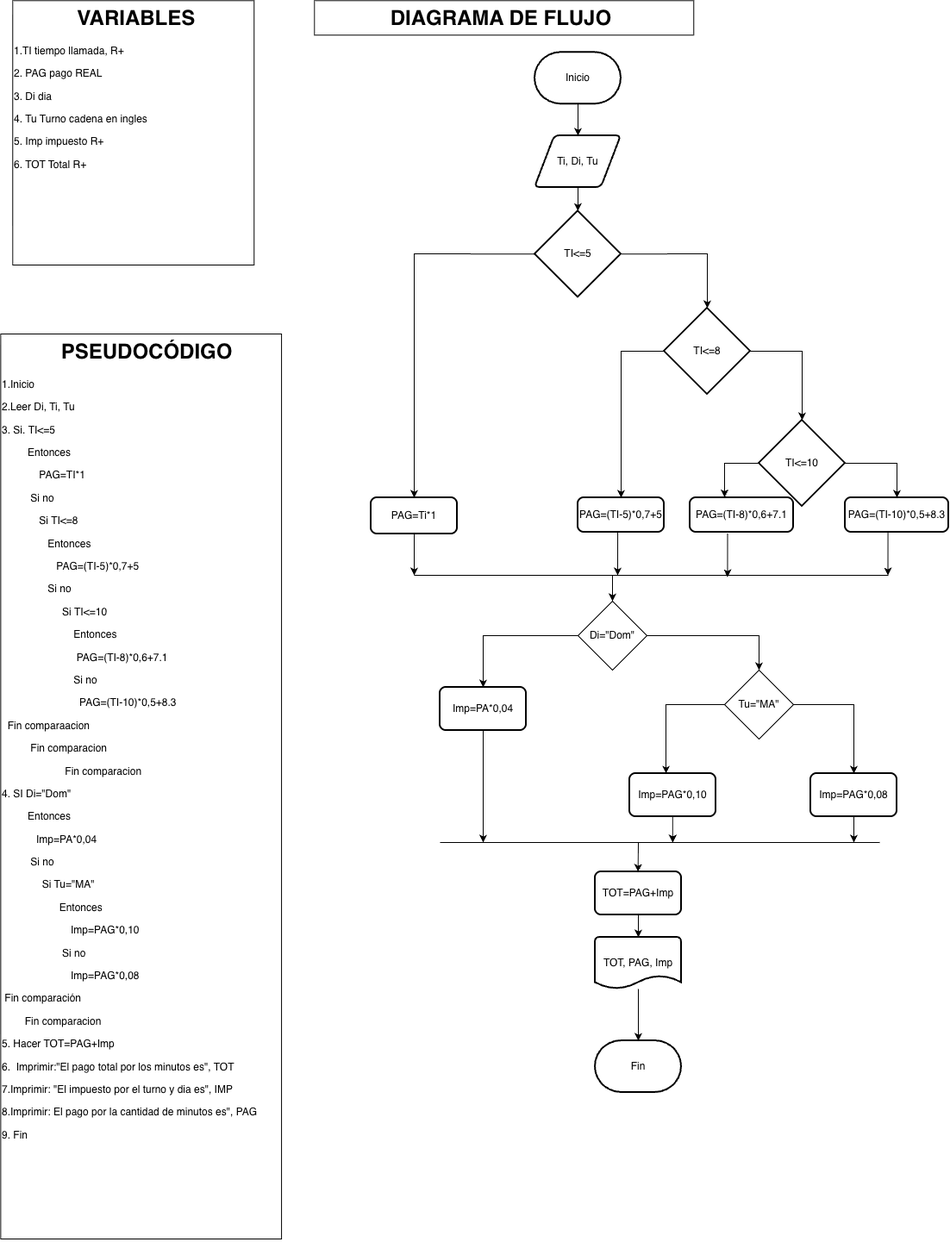
Before: Estructuras Selectivas/Ticket individualcalificado_02_JoseIgnaciodrawio.png, a diagram exported from draw.io (josecontrerasu-bit/jicu). Source tidied: cells renumbered, new cells last; positions are measured from the earlier drawing's top-left corner, leaving out a move shared by most shapes.
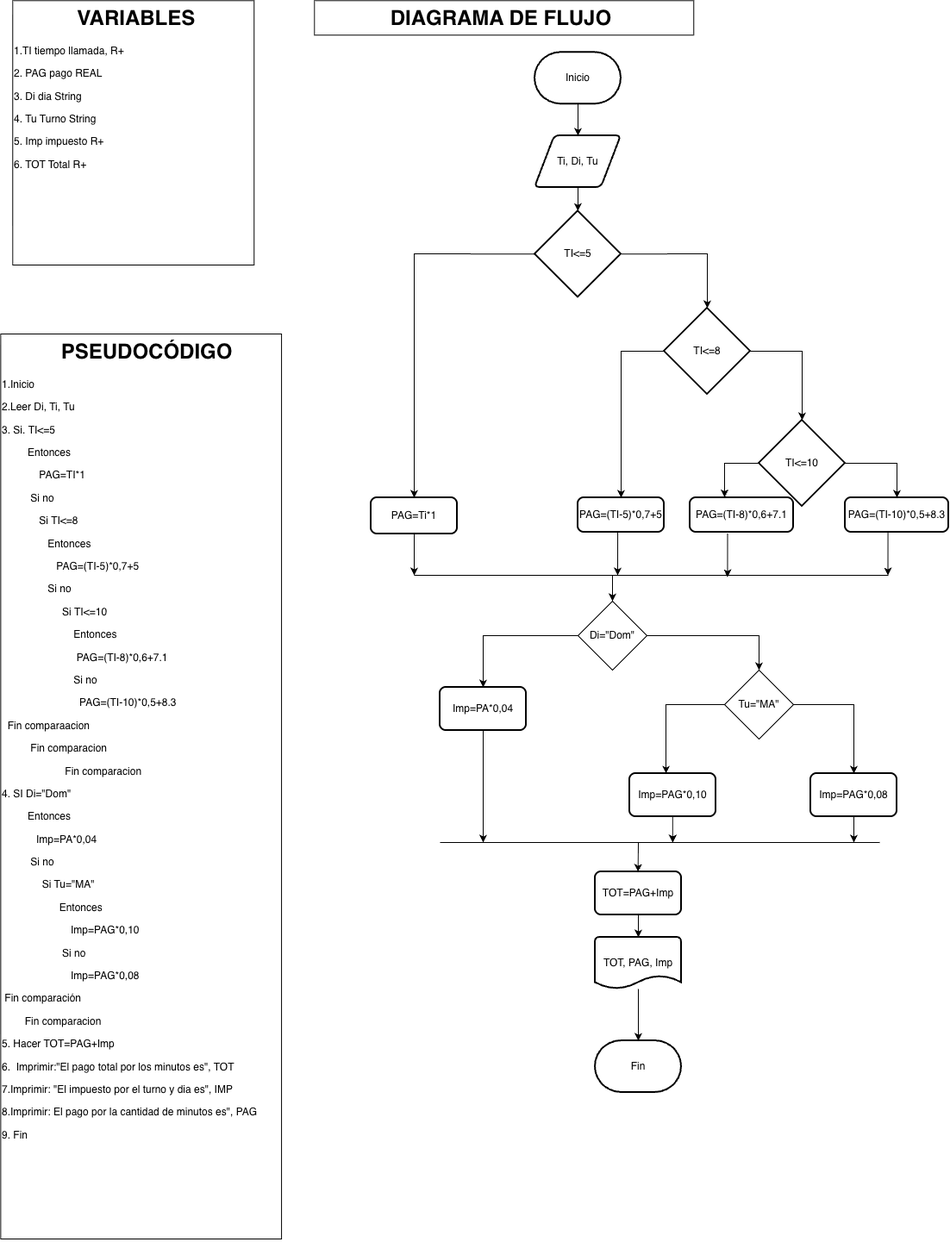
The same file after the commit.

Change to the diagram source:
```diff
@@ -5,7 +5,7 @@
     <mxCell id="2" value="&lt;h1 style=&quot;text-align: center; margin-top: 0px;&quot;&gt;&amp;nbsp; &amp;nbsp; &amp;nbsp; PSEUDOCÓDIGO&lt;/h1&gt;&lt;p&gt;1.Inicio&lt;/p&gt;&lt;p&gt;&lt;span style=&quot;background-color: transparent; color: light-dark(rgb(0, 0, 0), rgb(255, 255, 255));&quot;&gt;2.Leer Di, Ti, Tu&lt;/span&gt;&lt;/p&gt;&lt;p&gt;3. Si.&amp;nbsp;&lt;span style=&quot;text-align: center; background-color: transparent; color: light-dark(rgb(0, 0, 0), rgb(255, 255, 255));&quot;&gt;TI&amp;lt;=5&lt;/span&gt;&lt;/p&gt;&lt;p&gt;&amp;nbsp; &amp;nbsp; &amp;nbsp; &amp;nbsp; &amp;nbsp;E&lt;span style=&quot;background-color: transparent; color: light-dark(rgb(0, 0, 0), rgb(255, 255, 255));&quot;&gt;ntonces&lt;/span&gt;&lt;/p&gt;&lt;p&gt;&amp;nbsp; &amp;nbsp; &amp;nbsp; &amp;nbsp; &amp;nbsp; &amp;nbsp; &amp;nbsp;PAG=TI*1&lt;/p&gt;&lt;p&gt;&amp;nbsp; &amp;nbsp; &amp;nbsp; &amp;nbsp; &amp;nbsp; Si no&lt;/p&gt;&lt;p&gt;&amp;nbsp; &amp;nbsp; &amp;nbsp; &amp;nbsp; &amp;nbsp; &amp;nbsp; &amp;nbsp;Si TI&amp;lt;=8&lt;/p&gt;&lt;p&gt;&lt;span style=&quot;background-color: transparent; color: light-dark(rgb(0, 0, 0), rgb(255, 255, 255));&quot;&gt;&amp;nbsp; &amp;nbsp; &amp;nbsp; &amp;nbsp; &amp;nbsp; &amp;nbsp; &amp;nbsp; &amp;nbsp; Entonces&lt;/span&gt;&lt;/p&gt;&lt;p&gt;&lt;span style=&quot;background-color: transparent; color: light-dark(rgb(0, 0, 0), rgb(255, 255, 255));&quot;&gt;&amp;nbsp; &amp;nbsp; &amp;nbsp; &amp;nbsp; &amp;nbsp; &amp;nbsp; &amp;nbsp; &amp;nbsp; &amp;nbsp; &amp;nbsp;&lt;/span&gt;&lt;span style=&quot;text-align: center; background-color: transparent; color: light-dark(rgb(0, 0, 0), rgb(255, 255, 255));&quot;&gt;PAG=(TI-5)*0,7+5&lt;/span&gt;&lt;/p&gt;&lt;p&gt;&amp;nbsp; &amp;nbsp; &amp;nbsp; &amp;nbsp; &amp;nbsp; &amp;nbsp; &amp;nbsp; &amp;nbsp; Si no&lt;/p&gt;&lt;p&gt;&amp;nbsp; &amp;nbsp; &amp;nbsp; &amp;nbsp; &amp;nbsp; &amp;nbsp; &amp;nbsp; &amp;nbsp; &amp;nbsp; &amp;nbsp; &amp;nbsp;Si&amp;nbsp;&lt;span style=&quot;text-align: center; background-color: transparent; color: light-dark(rgb(0, 0, 0), rgb(255, 255, 255));&quot;&gt;TI&amp;lt;=10&lt;/span&gt;&lt;/p&gt;&lt;p&gt;&lt;span style=&quot;background-color: transparent; color: light-dark(rgb(0, 0, 0), rgb(255, 255, 255));&quot;&gt;&amp;nbsp; &amp;nbsp; &amp;nbsp; &amp;nbsp; &amp;nbsp; &amp;nbsp; &amp;nbsp; &amp;nbsp; &amp;nbsp; &amp;nbsp; &amp;nbsp; &amp;nbsp; &amp;nbsp;Entonces&lt;/span&gt;&lt;/p&gt;&lt;p&gt;&lt;span style=&quot;background-color: transparent; color: light-dark(rgb(0, 0, 0), rgb(255, 255, 255));&quot;&gt;&amp;nbsp; &amp;nbsp; &amp;nbsp; &amp;nbsp; &amp;nbsp; &amp;nbsp; &amp;nbsp; &amp;nbsp; &amp;nbsp; &amp;nbsp; &amp;nbsp; &amp;nbsp; &amp;nbsp;&amp;nbsp;&lt;/span&gt;&lt;span style=&quot;text-align: center; background-color: transparent; color: light-dark(rgb(0, 0, 0), rgb(255, 255, 255));&quot;&gt;PAG=(TI-8)*0,6+7.1&lt;/span&gt;&lt;/p&gt;&lt;p&gt;&lt;span style=&quot;background-color: transparent; color: light-dark(rgb(0, 0, 0), rgb(255, 255, 255));&quot;&gt;&amp;nbsp; &amp;nbsp; &amp;nbsp; &amp;nbsp; &amp;nbsp; &amp;nbsp; &amp;nbsp; &amp;nbsp; &amp;nbsp; &amp;nbsp; &amp;nbsp; &amp;nbsp; &amp;nbsp;Si no&lt;/span&gt;&lt;/p&gt;&lt;p&gt;&lt;span style=&quot;background-color: transparent; color: light-dark(rgb(0, 0, 0), rgb(255, 255, 255));&quot;&gt;&amp;nbsp; &amp;nbsp; &amp;nbsp; &amp;nbsp; &amp;nbsp; &amp;nbsp; &amp;nbsp; &amp;nbsp; &amp;nbsp; &amp;nbsp; &amp;nbsp; &amp;nbsp; &amp;nbsp; &amp;nbsp;&lt;/span&gt;&lt;span style=&quot;text-align: center; background-color: transparent; color: light-dark(rgb(0, 0, 0), rgb(255, 255, 255));&quot;&gt;PAG=(TI-10)*0,5+8.3&lt;/span&gt;&lt;/p&gt;&lt;p&gt;&lt;span style=&quot;background-color: transparent; color: light-dark(rgb(0, 0, 0), rgb(255, 255, 255));&quot;&gt;&amp;nbsp; Fin comparaacion&lt;/span&gt;&lt;/p&gt;&lt;p&gt;&lt;span style=&quot;background-color: transparent; color: light-dark(rgb(0, 0, 0), rgb(255, 255, 255));&quot;&gt;&amp;nbsp; &amp;nbsp; &amp;nbsp; &amp;nbsp; &amp;nbsp; Fin comparacion&lt;/span&gt;&lt;/p&gt;&lt;p&gt;&lt;span style=&quot;background-color: transparent; color: light-dark(rgb(0, 0, 0), rgb(255, 255, 255));&quot;&gt;&amp;nbsp; &amp;nbsp; &amp;nbsp; &amp;nbsp; &amp;nbsp; &amp;nbsp; &amp;nbsp; &amp;nbsp; &amp;nbsp; &amp;nbsp; &amp;nbsp; Fin comparacion&lt;/span&gt;&lt;/p&gt;&lt;p&gt;4. SI Di=&quot;Dom&quot;&lt;/p&gt;&lt;p&gt;&amp;nbsp; &amp;nbsp; &amp;nbsp; &amp;nbsp; &amp;nbsp;Entonces&lt;/p&gt;&lt;p&gt;&amp;nbsp; &amp;nbsp; &amp;nbsp; &amp;nbsp; &amp;nbsp; &amp;nbsp;&amp;nbsp;&lt;span style=&quot;text-align: center; background-color: transparent; color: light-dark(rgb(0, 0, 0), rgb(255, 255, 255));&quot;&gt;Imp=PA*0,04&lt;/span&gt;&lt;/p&gt;&lt;p&gt;&lt;span style=&quot;background-color: transparent; color: light-dark(rgb(0, 0, 0), rgb(255, 255, 255));&quot;&gt;&amp;nbsp; &amp;nbsp; &amp;nbsp; &amp;nbsp; &amp;nbsp; Si no&lt;/span&gt;&lt;/p&gt;&lt;p&gt;&amp;nbsp; &amp;nbsp; &amp;nbsp; &amp;nbsp; &amp;nbsp; &amp;nbsp; &amp;nbsp; Si Tu=&quot;MA&quot;&lt;/p&gt;&lt;p&gt;&amp;nbsp; &amp;nbsp; &amp;nbsp; &amp;nbsp; &amp;nbsp; &amp;nbsp; &amp;nbsp; &amp;nbsp; &amp;nbsp; &amp;nbsp; Entonces&lt;/p&gt;&lt;p&gt;&amp;nbsp; &amp;nbsp; &amp;nbsp; &amp;nbsp; &amp;nbsp; &amp;nbsp; &amp;nbsp; &amp;nbsp; &amp;nbsp; &amp;nbsp; &amp;nbsp; &amp;nbsp; Imp=PAG*0,10&lt;/p&gt;&lt;p&gt;&amp;nbsp; &amp;nbsp; &amp;nbsp; &amp;nbsp; &amp;nbsp; &amp;nbsp; &amp;nbsp; &amp;nbsp; &amp;nbsp; &amp;nbsp; &amp;nbsp;Si no&amp;nbsp;&lt;/p&gt;&lt;p&gt;&amp;nbsp; &amp;nbsp; &amp;nbsp; &amp;nbsp; &amp;nbsp; &amp;nbsp; &amp;nbsp; &amp;nbsp; &amp;nbsp; &amp;nbsp; &amp;nbsp; &amp;nbsp; Imp=PAG*0,08&lt;/p&gt;&lt;p&gt;&amp;nbsp;Fin comparación&amp;nbsp;&lt;/p&gt;&lt;p&gt;&amp;nbsp; &amp;nbsp; &amp;nbsp; &amp;nbsp; Fin comparacion&lt;/p&gt;&lt;p&gt;5. Hacer TOT=PAG+Imp&lt;/p&gt;&lt;p&gt;6.&amp;nbsp; Imprimir:&quot;El pago total por los minutos es&quot;, TOT&lt;/p&gt;&lt;p&gt;7.Imprimir: &quot;El impuesto por el turno y dia es&quot;, IMP&lt;/p&gt;&lt;p&gt;8.Imprimir: El pago por la cantidad de minutos es&quot;, PAG&lt;/p&gt;&lt;p&gt;&lt;span style=&quot;background-color: transparent; color: light-dark(rgb(0, 0, 0), rgb(255, 255, 255));&quot;&gt;9. Fin&lt;/span&gt;&lt;/p&gt;&lt;p&gt;&lt;br&gt;&lt;/p&gt;" style="text;html=1;whiteSpace=wrap;overflow=hidden;rounded=0;perimeterSpacing=1;strokeColor=default;" parent="1" vertex="1">
       <mxGeometry x="0.3" y="387" width="325.7" height="1050" as="geometry" />
     </mxCell>
-    <mxCell id="3" value="&lt;h1 style=&quot;text-align: center; margin-top: 0px;&quot;&gt;&amp;nbsp; &amp;nbsp; &amp;nbsp; &amp;nbsp; &amp;nbsp; &amp;nbsp;VARIABLES&lt;/h1&gt;&lt;p&gt;1.TI tiempo llamada, R+&lt;/p&gt;&lt;p&gt;2. PAG pago REAL&lt;/p&gt;&lt;p&gt;3. Di dia&lt;/p&gt;&lt;p&gt;4. Tu Turno cadena en ingles&lt;/p&gt;&lt;p&gt;5. Imp impuesto R+&lt;/p&gt;&lt;p&gt;6. TOT Total R+&lt;/p&gt;&lt;p&gt;&lt;br&gt;&lt;/p&gt;" style="text;html=1;whiteSpace=wrap;overflow=hidden;rounded=0;perimeterSpacing=1;strokeColor=default;" parent="1" vertex="1">
+    <mxCell id="3" value="&lt;h1 style=&quot;text-align: center; margin-top: 0px;&quot;&gt;&amp;nbsp; &amp;nbsp; &amp;nbsp; &amp;nbsp; &amp;nbsp; &amp;nbsp;VARIABLES&lt;/h1&gt;&lt;p&gt;1.TI tiempo llamada, R+&lt;/p&gt;&lt;p&gt;2. PAG pago REAL&lt;/p&gt;&lt;p&gt;3. Di dia S&lt;span style=&quot;background-color: transparent;&quot;&gt;tring&lt;/span&gt;&lt;/p&gt;&lt;p&gt;4. Tu Turno S&lt;span style=&quot;background-color: transparent;&quot;&gt;tring&lt;/span&gt;&lt;/p&gt;&lt;p&gt;5. Imp impuesto R+&lt;/p&gt;&lt;p&gt;6. TOT Total R+&lt;/p&gt;&lt;p&gt;&lt;br&gt;&lt;/p&gt;" style="text;html=1;whiteSpace=wrap;overflow=hidden;rounded=0;perimeterSpacing=1;strokeColor=default;" parent="1" vertex="1">
       <mxGeometry x="14.3" y="0.3" width="280" height="306.7" as="geometry" />
     </mxCell>
     <mxCell id="4" value="&lt;h1 style=&quot;text-align: center; margin-top: 0px;&quot;&gt;&amp;nbsp; &amp;nbsp; &amp;nbsp; &amp;nbsp; &amp;nbsp; &amp;nbsp; &amp;nbsp;DIAGRAMA DE FLUJO&lt;/h1&gt;&lt;p&gt;&lt;br&gt;&lt;/p&gt;" style="text;html=1;whiteSpace=wrap;overflow=hidden;rounded=0;perimeterSpacing=1;strokeColor=default;" parent="1" vertex="1">
```
